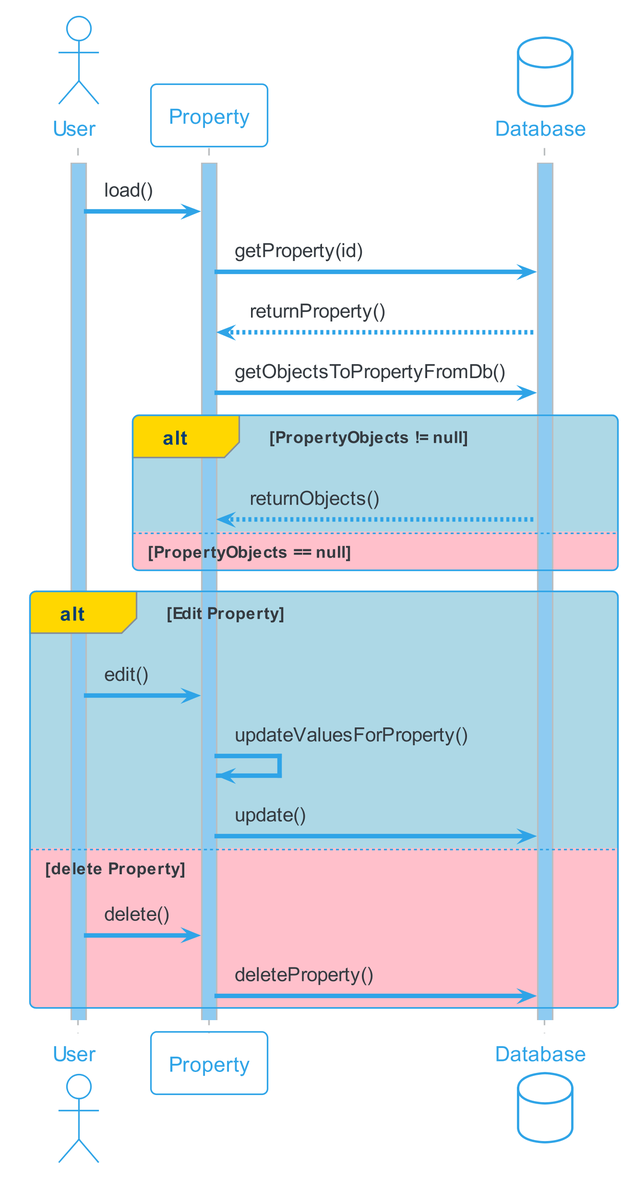
sirtheta/ImmoGlobal_Semesterarbeit keeps this PlantUML diagram as docs/content/diagrams/out/sequenzdiagram/liegenschaftAnsehenBearbeiten/LiegenschaftAnsehenBearbeiten.png. Above is the earlier version. The source it was exported from:
```plantuml
@startuml LiegenschaftAnsehenBearbeiten
!theme cerulean-outline

skinparam sequence {
LifeLineBackgroundColor #8ECBF1
ParticipantPadding 2
}
skinparam dpi 300

actor User as user
activate user
participant Property as prop
database Database as db
activate db
activate prop
user -> prop : load()
prop -> db : getProperty(id)
db --> prop : returnProperty()
prop -> db : getObjectsToPropertyFromDb()
alt#Gold #LightBlue PropertyObjects != null
db --> prop : returnObjects()
else #Pink PropertyObjects == null
end
alt#Gold #LightBlue Edit Property
user -> prop : edit()
prop ->prop : updateValuesForProperty()
prop ->db : update()
else #Pink delete Property
user -> prop : delete()
prop ->db : deleteProperty()
end
@enduml
```
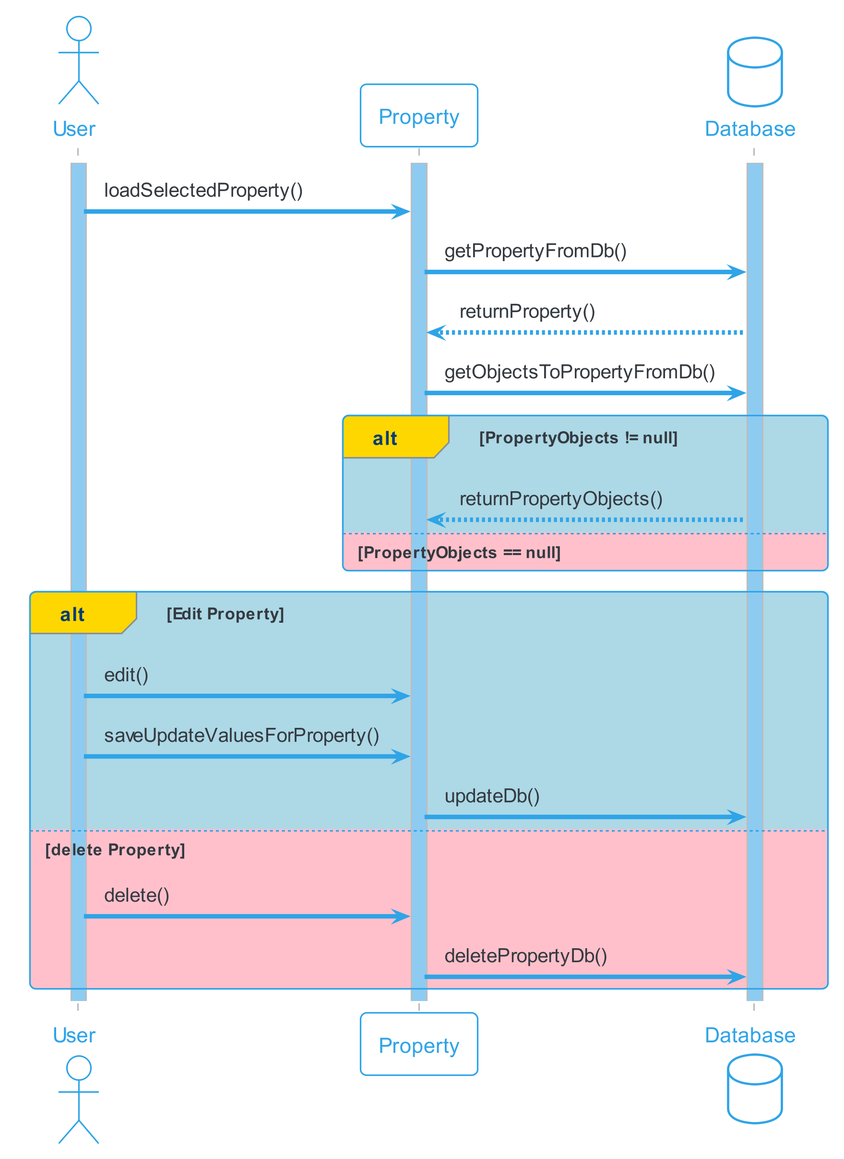
Later version of the same file.

Diff of the diagram source:
```diff
@@ -13,20 +13,20 @@
 database Database as db
 activate db
 activate prop
-user -> prop : load()
-prop -> db : getProperty(id)
+user -> prop : loadSelectedProperty()
+prop -> db : getPropertyFromDb()
 db --> prop : returnProperty()
 prop -> db : getObjectsToPropertyFromDb()
 alt#Gold #LightBlue PropertyObjects != null
-db --> prop : returnObjects()
+db --> prop : returnPropertyObjects()
 else #Pink PropertyObjects == null
 end
 alt#Gold #LightBlue Edit Property
 user -> prop : edit()
-prop ->prop : updateValuesForProperty()
-prop ->db : update()
+user ->prop : saveUpdateValuesForProperty()
+prop ->db : updateDb()
 else #Pink delete Property
 user -> prop : delete()
-prop ->db : deleteProperty()
+prop ->db : deletePropertyDb()
 end
 @enduml
```
